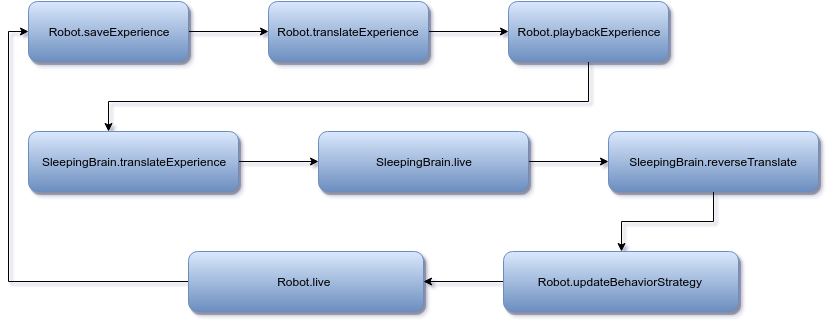
research-team/robot-dream keeps this draw.io diagram as doc/HLD_Activity_Synchronisation.png. Above is the earlier version. Source tidied: cells renumbered, new cells last; positions are measured from the earlier drawing's top-left corner, leaving out a move shared by most shapes.
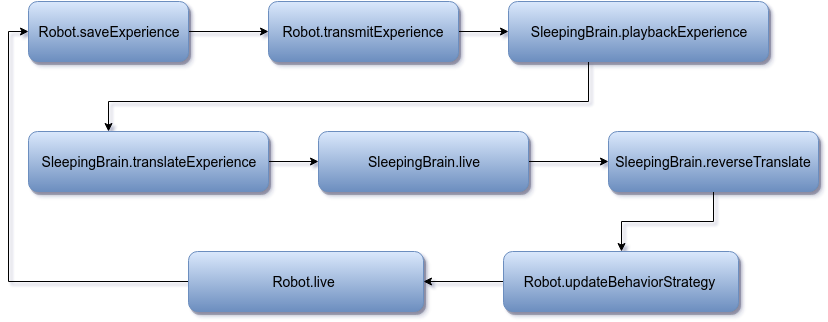
Later version of the same file.

Commit message:
HLD:activity: comeleted activity dia descrpiton

The edit, as a diff of the source:
```diff
@@ -2,17 +2,17 @@
   <root>
     <mxCell id="0" />
     <mxCell id="1" parent="0" />
-    <mxCell id="2" style="edgeStyle=orthogonalEdgeStyle;rounded=0;html=1;jettySize=auto;" parent="1" edge="1" source="3" target="5">
+    <mxCell id="2" style="edgeStyle=orthogonalEdgeStyle;rounded=0;html=1;jettySize=auto;fontSize=14;" parent="1" edge="1" source="3" target="5">
       <mxGeometry relative="1" as="geometry" />
     </mxCell>
-    <mxCell id="3" value="Robot.saveExperience" style="rounded=1;whiteSpace=wrap;html=1;shadow=1;comic=0;fillColor=#dae8fc;strokeColor=#6c8ebf;gradientColor=#6C8EBF;" parent="1" vertex="1">
+    <mxCell id="3" value="Robot.saveExperience" style="rounded=1;whiteSpace=wrap;html=1;shadow=1;comic=0;fillColor=#dae8fc;strokeColor=#6c8ebf;gradientColor=#6C8EBF;fontSize=14;" parent="1" vertex="1">
       <mxGeometry x="20" width="160" height="60" as="geometry" />
     </mxCell>
-    <mxCell id="4" style="edgeStyle=orthogonalEdgeStyle;rounded=0;html=1;jettySize=auto;" parent="1" edge="1" source="5" target="7">
+    <mxCell id="4" style="edgeStyle=orthogonalEdgeStyle;rounded=0;html=1;jettySize=auto;fontSize=14;" parent="1" edge="1" source="5" target="7">
       <mxGeometry relative="1" as="geometry" />
     </mxCell>
-    <mxCell id="5" value="Robot.translateExperience" style="rounded=1;whiteSpace=wrap;html=1;shadow=1;comic=0;fillColor=#dae8fc;strokeColor=#6c8ebf;gradientColor=#6C8EBF;" parent="1" vertex="1">
-      <mxGeometry x="260" width="160" height="60" as="geometry" />
+    <mxCell id="5" value="Robot.transmitExperience" style="rounded=1;whiteSpace=wrap;html=1;shadow=1;comic=0;fillColor=#dae8fc;strokeColor=#6c8ebf;gradientColor=#6C8EBF;fontSize=14;" parent="1" vertex="1">
+      <mxGeometry x="260" width="190" height="60" as="geometry" />
     </mxCell>
     <mxCell id="6" style="edgeStyle=orthogonalEdgeStyle;rounded=0;html=1;jettySize=auto;" parent="1" edge="1" source="7" target="9">
       <mxGeometry relative="1" as="geometry">
@@ -22,34 +22,34 @@
         </Array>
       </mxGeometry>
     </mxCell>
-    <mxCell id="7" value="Robot.playbackExperience" style="rounded=1;whiteSpace=wrap;html=1;shadow=1;comic=0;fillColor=#dae8fc;strokeColor=#6c8ebf;gradientColor=#6C8EBF;" parent="1" vertex="1">
-      <mxGeometry x="500" width="160" height="60" as="geometry" />
+    <mxCell id="7" value="SleepingBrain.playbackExperience" style="rounded=1;whiteSpace=wrap;html=1;shadow=1;comic=0;fillColor=#dae8fc;strokeColor=#6c8ebf;gradientColor=#6C8EBF;fontSize=14;" parent="1" vertex="1">
+      <mxGeometry x="500" width="260" height="60" as="geometry" />
     </mxCell>
-    <mxCell id="8" style="edgeStyle=orthogonalEdgeStyle;rounded=0;html=1;jettySize=auto;" parent="1" edge="1" source="9" target="11">
+    <mxCell id="8" style="edgeStyle=orthogonalEdgeStyle;rounded=0;html=1;jettySize=auto;fontSize=14;" parent="1" edge="1" source="9" target="11">
       <mxGeometry relative="1" as="geometry" />
     </mxCell>
-    <mxCell id="9" value="&lt;span&gt;SleepingBrain.translateExperience&lt;/span&gt;" style="rounded=1;whiteSpace=wrap;html=1;shadow=1;comic=0;fillColor=#dae8fc;strokeColor=#6c8ebf;gradientColor=#6C8EBF;" parent="1" vertex="1">
-      <mxGeometry x="20" y="130" width="210" height="60" as="geometry" />
+    <mxCell id="9" value="&lt;span&gt;SleepingBrain.translateExperience&lt;/span&gt;" style="rounded=1;whiteSpace=wrap;html=1;shadow=1;comic=0;fillColor=#dae8fc;strokeColor=#6c8ebf;gradientColor=#6C8EBF;fontSize=14;" parent="1" vertex="1">
+      <mxGeometry x="20" y="130" width="240" height="60" as="geometry" />
     </mxCell>
-    <mxCell id="10" style="edgeStyle=orthogonalEdgeStyle;rounded=0;html=1;jettySize=auto;" parent="1" edge="1" source="11" target="13">
+    <mxCell id="10" style="edgeStyle=orthogonalEdgeStyle;rounded=0;html=1;jettySize=auto;fontSize=14;" parent="1" edge="1" source="11" target="13">
       <mxGeometry relative="1" as="geometry" />
     </mxCell>
-    <mxCell id="11" value="&lt;span&gt;SleepingBrain.live&lt;/span&gt;" style="rounded=1;whiteSpace=wrap;html=1;shadow=1;comic=0;fillColor=#dae8fc;strokeColor=#6c8ebf;gradientColor=#6C8EBF;" parent="1" vertex="1">
+    <mxCell id="11" value="&lt;span&gt;SleepingBrain.live&lt;/span&gt;" style="rounded=1;whiteSpace=wrap;html=1;shadow=1;comic=0;fillColor=#dae8fc;strokeColor=#6c8ebf;gradientColor=#6C8EBF;fontSize=14;" parent="1" vertex="1">
       <mxGeometry x="310" y="130" width="210" height="60" as="geometry" />
     </mxCell>
-    <mxCell id="12" style="edgeStyle=orthogonalEdgeStyle;rounded=0;html=1;jettySize=auto;" parent="1" edge="1" source="13" target="15">
+    <mxCell id="12" style="edgeStyle=orthogonalEdgeStyle;rounded=0;html=1;jettySize=auto;fontSize=14;" parent="1" edge="1" source="13" target="15">
       <mxGeometry relative="1" as="geometry" />
     </mxCell>
-    <mxCell id="13" value="&lt;span&gt;SleepingBrain.reverseTranslate&lt;/span&gt;" style="rounded=1;whiteSpace=wrap;html=1;shadow=1;comic=0;fillColor=#dae8fc;strokeColor=#6c8ebf;gradientColor=#6C8EBF;" parent="1" vertex="1">
+    <mxCell id="13" value="&lt;span&gt;SleepingBrain.reverseTranslate&lt;/span&gt;" style="rounded=1;whiteSpace=wrap;html=1;shadow=1;comic=0;fillColor=#dae8fc;strokeColor=#6c8ebf;gradientColor=#6C8EBF;fontSize=14;" parent="1" vertex="1">
       <mxGeometry x="600" y="130" width="210" height="60" as="geometry" />
     </mxCell>
-    <mxCell id="14" style="edgeStyle=orthogonalEdgeStyle;rounded=0;html=1;jettySize=auto;" parent="1" edge="1" source="15" target="17">
+    <mxCell id="14" style="edgeStyle=orthogonalEdgeStyle;rounded=0;html=1;jettySize=auto;fontSize=14;" parent="1" edge="1" source="15" target="17">
       <mxGeometry relative="1" as="geometry" />
     </mxCell>
-    <mxCell id="15" value="&lt;span&gt;Robot.updateBehaviorStrategy&amp;nbsp;&lt;/span&gt;" style="rounded=1;whiteSpace=wrap;html=1;shadow=1;comic=0;fillColor=#dae8fc;strokeColor=#6c8ebf;gradientColor=#6C8EBF;" parent="1" vertex="1">
+    <mxCell id="15" value="&lt;span&gt;Robot.updateBehaviorStrategy&amp;nbsp;&lt;/span&gt;" style="rounded=1;whiteSpace=wrap;html=1;shadow=1;comic=0;fillColor=#dae8fc;strokeColor=#6c8ebf;gradientColor=#6C8EBF;fontSize=14;" parent="1" vertex="1">
       <mxGeometry x="495" y="250" width="235" height="60" as="geometry" />
     </mxCell>
-    <mxCell id="16" style="edgeStyle=orthogonalEdgeStyle;rounded=0;html=1;entryX=0;entryY=0.5;jettySize=auto;" parent="1" edge="1" source="17" target="3">
+    <mxCell id="16" style="edgeStyle=orthogonalEdgeStyle;rounded=0;html=1;entryX=0;entryY=0.5;jettySize=auto;fontSize=14;" parent="1" edge="1" source="17" target="3">
       <mxGeometry relative="1" as="geometry">
         <Array as="points">
           <mxPoint y="280" />
@@ -57,7 +57,7 @@
         </Array>
       </mxGeometry>
     </mxCell>
-    <mxCell id="17" value="&lt;span&gt;Robot.live&amp;nbsp;&lt;/span&gt;" style="rounded=1;whiteSpace=wrap;html=1;shadow=1;comic=0;fillColor=#dae8fc;strokeColor=#6c8ebf;gradientColor=#6C8EBF;" parent="1" vertex="1">
+    <mxCell id="17" value="&lt;span&gt;Robot.live&amp;nbsp;&lt;/span&gt;" style="rounded=1;whiteSpace=wrap;html=1;shadow=1;comic=0;fillColor=#dae8fc;strokeColor=#6c8ebf;gradientColor=#6C8EBF;fontSize=14;" parent="1" vertex="1">
       <mxGeometry x="180" y="250" width="235" height="60" as="geometry" />
     </mxCell>
   </root>
```
